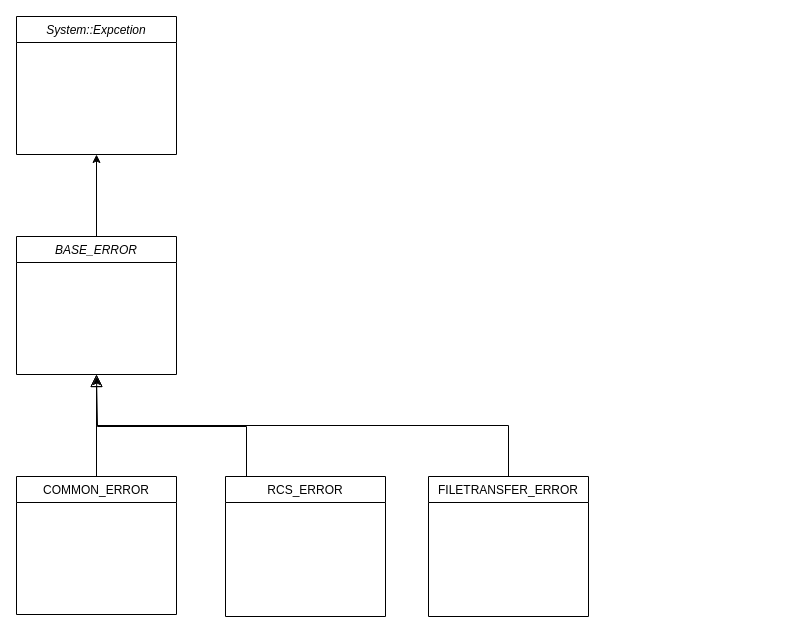
This is UML/mirero/제목 없는 다이어그램.drawio from rhkdguskim/Study, a draw.io file, before an edit. Source tidied: cells renumbered, new cells numbered last; positions are measured from the earlier drawing's top-left corner, leaving out a move shared by most shapes. Both pictures are drawn from the tidied source at 100%, with x=0, y=0 at pixel (16, 16).
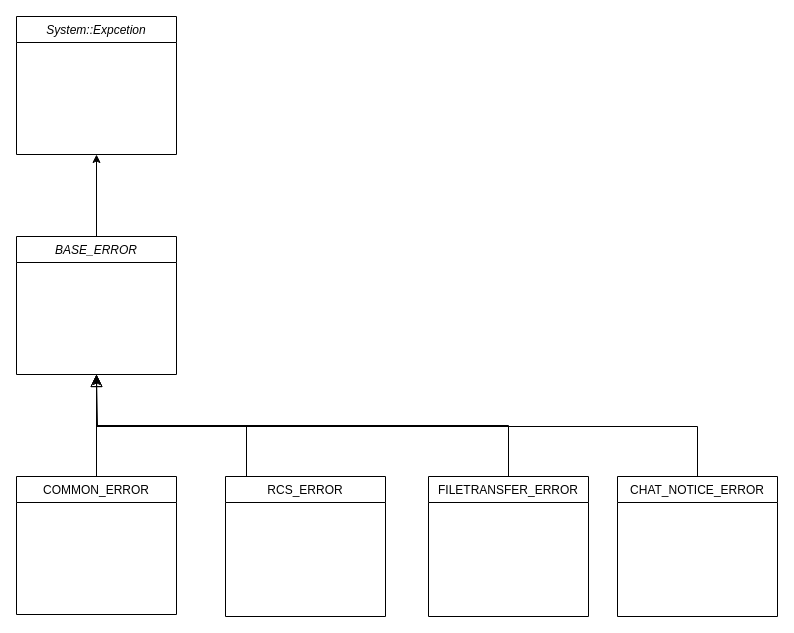
The same diagram, later.

Commit message (it also covers changes not shown here):
제목 없는 다이어그램.drawio 업데이트

The edit, as a diff of the source:
```diff
@@
 <mxGraphModel>
   <root>
     <mxCell id="0" />
     <mxCell id="1" parent="0" />
     <mxCell id="2" style="edgeStyle=orthogonalEdgeStyle;rounded=0;jettySize=auto;html=1;entryX=0.5;entryY=1;entryDx=0;entryDy=0;" parent="1" edge="1" source="3" target="8">
       <mxGeometry relative="1" as="geometry" />
     </mxCell>
     <mxCell id="3" value="BASE_ERROR" style="swimlane;fontStyle=2;align=center;verticalAlign=top;horizontal=1;startSize=26;rounded=0;shadow=0;strokeWidth=1;" parent="1" vertex="1">
       <mxGeometry y="220" width="160" height="138" as="geometry" />
     </mxCell>
     <mxCell id="4" value="COMMON_ERROR" style="swimlane;fontStyle=0;align=center;verticalAlign=top;horizontal=1;startSize=26;rounded=0;shadow=0;strokeWidth=1;" parent="1" vertex="1">
       <mxGeometry y="460" width="160" height="138" as="geometry" />
     </mxCell>
     <mxCell id="5" style="endArrow=block;endSize=10;endFill=0;shadow=0;strokeWidth=1;rounded=0;curved=0;edgeStyle=elbowEdgeStyle;elbow=vertical;" parent="1" edge="1" source="4" target="3">
       <mxGeometry relative="1" as="geometry" />
     </mxCell>
     <mxCell id="6" value="FILETRANSFER_ERROR" style="swimlane;fontStyle=0;align=center;verticalAlign=top;horizontal=1;startSize=26;rounded=0;shadow=0;strokeWidth=1;" parent="1" vertex="1">
       <mxGeometry x="412" y="460" width="160" height="140" as="geometry" />
     </mxCell>
     <mxCell id="7" style="endArrow=block;endSize=10;endFill=0;shadow=0;strokeWidth=1;rounded=0;curved=0;edgeStyle=elbowEdgeStyle;elbow=vertical;" parent="1" edge="1" source="6" target="3">
       <mxGeometry relative="1" as="geometry" />
     </mxCell>
     <mxCell id="8" value="System::Expcetion" style="swimlane;fontStyle=2;align=center;verticalAlign=top;horizontal=1;startSize=26;rounded=0;shadow=0;strokeWidth=1;" parent="1" vertex="1">
       <mxGeometry width="160" height="138" as="geometry" />
     </mxCell>
     <mxCell id="9" style="edgeStyle=orthogonalEdgeStyle;rounded=0;jettySize=auto;html=1;" parent="1" edge="1" source="10">
       <mxGeometry relative="1" as="geometry">
         <mxPoint x="80" y="360" as="targetPoint" />
         <Array as="points">
           <mxPoint x="230" y="410" />
           <mxPoint x="81" y="410" />
         </Array>
       </mxGeometry>
     </mxCell>
     <mxCell id="10" value="RCS_ERROR" style="swimlane;fontStyle=0;align=center;verticalAlign=top;horizontal=1;startSize=26;rounded=0;shadow=0;strokeWidth=1;" parent="1" vertex="1">
       <mxGeometry x="209" y="460" width="160" height="140" as="geometry" />
     </mxCell>
+    <mxCell id="11" style="edgeStyle=orthogonalEdgeStyle;rounded=0;jettySize=auto;html=1;entryX=0.5;entryY=1;entryDx=0;entryDy=0;" parent="1" edge="1" source="12" target="3">
+      <mxGeometry relative="1" as="geometry">
+        <Array as="points">
+          <mxPoint x="681" y="410" />
+          <mxPoint x="80" y="410" />
+        </Array>
+      </mxGeometry>
+    </mxCell>
+    <mxCell id="12" value="CHAT_NOTICE_ERROR" style="swimlane;fontStyle=0;align=center;verticalAlign=top;horizontal=1;startSize=26;rounded=0;shadow=0;strokeWidth=1;" parent="1" vertex="1">
+      <mxGeometry x="601" y="460" width="160" height="140" as="geometry" />
+    </mxCell>
   </root>
 </mxGraphModel>
```
